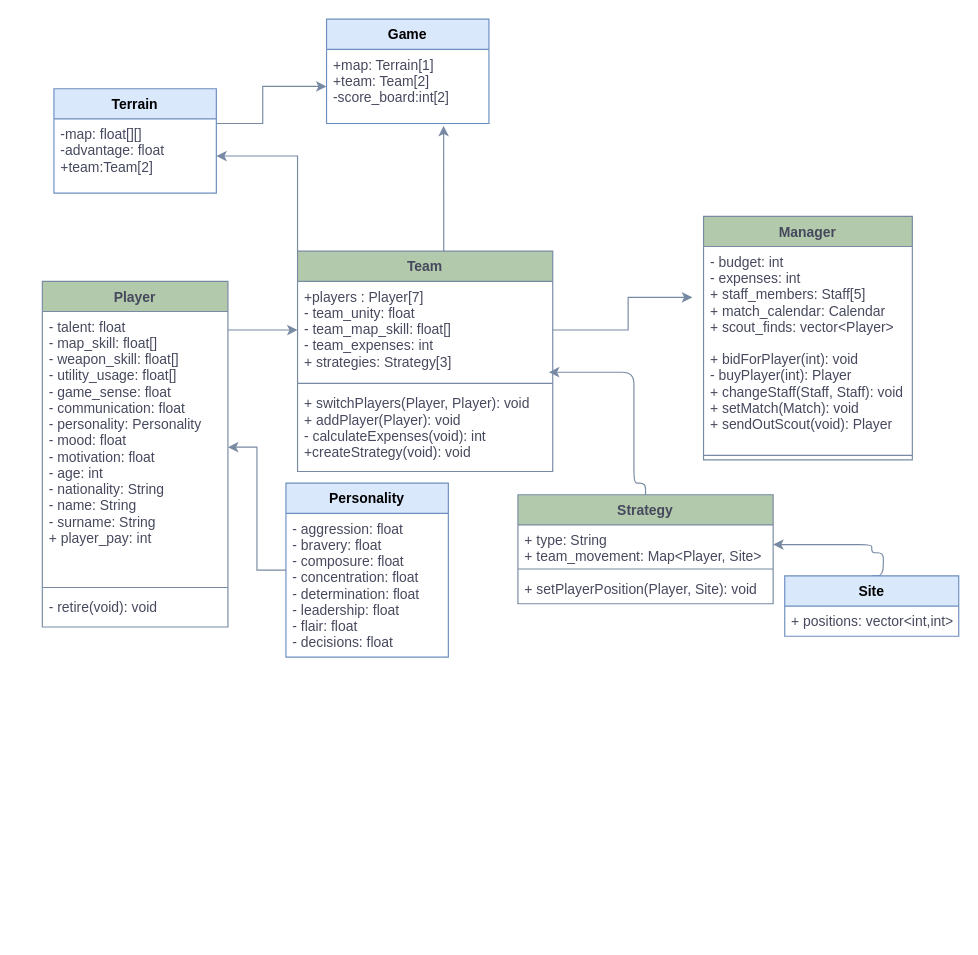
Earlier version of the draw.io diagram fps_manager_uml.drawio (damiapp/FPS_Manager). Source tidied: cells renumbered, new cells numbered last; positions are measured from the earlier drawing's top-left corner, leaving out a move shared by most shapes. Both pictures are drawn from the tidied source at 116%, with x=0, y=0 at pixel (42, 19).
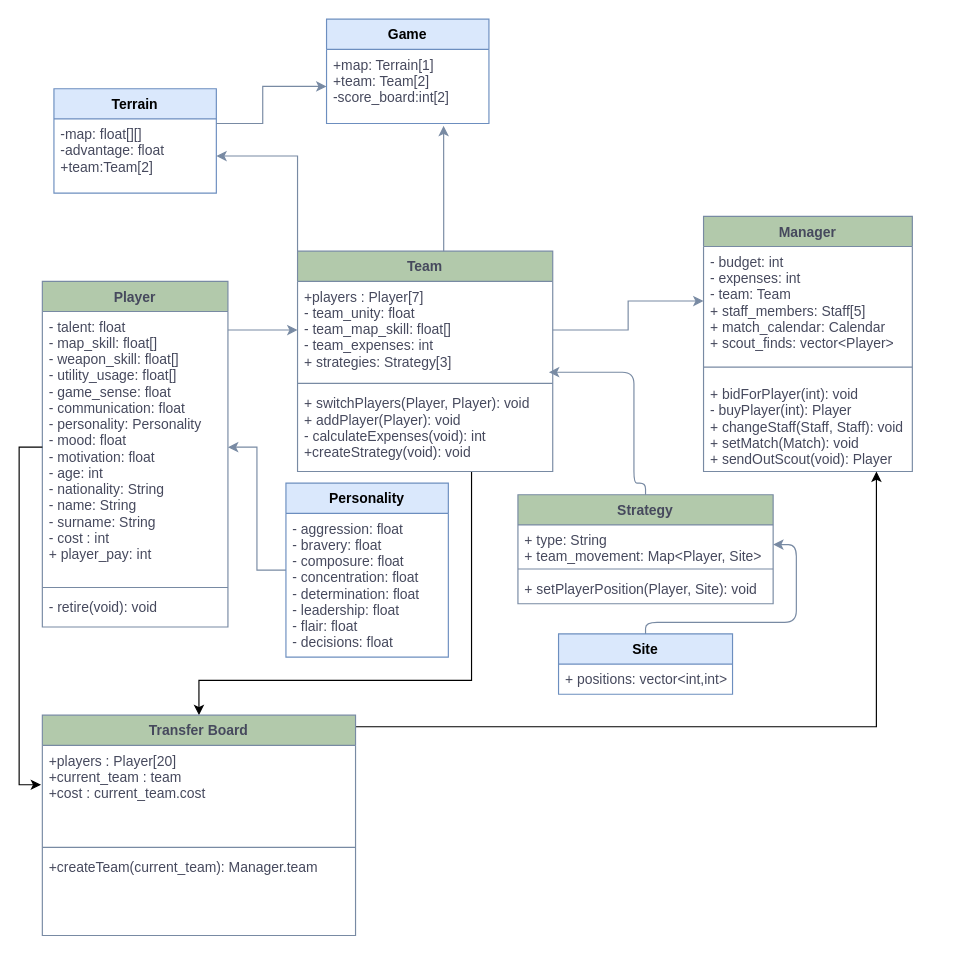
The same diagram, later.

The change refers to these unchanged cells:
```xml
<mxCell id="2" value="Team" style="swimlane;fontStyle=1;align=center;verticalAlign=top;horizontal=1;startSize=26;fillColor=#B2C9AB;strokeColor=#788AA3;fontColor=#46495D;" parent="1" vertex="1">
  <mxGeometry x="220" y="200" width="220" height="190" as="geometry" />
</mxCell>
<mxCell id="3" value="+players : Player[7]&#10;- team_unity: float&#10;- team_map_skill: float[]&#10;- team_expenses: int&#10;+ strategies: Strategy[3]&#10;" style="text;strokeColor=none;fillColor=none;align=left;verticalAlign=top;spacingLeft=4;spacingRight=4;overflow=hidden;points=[[0,0.5],[1,0.5]];portConstraint=eastwest;fontColor=#46495D;" parent="2" vertex="1">
  <mxGeometry y="26" width="220" height="84" as="geometry" />
</mxCell>
<mxCell id="7" value="Player" style="swimlane;fontStyle=1;align=center;verticalAlign=top;horizontal=1;startSize=26;fillColor=#B2C9AB;strokeColor=#788AA3;fontColor=#46495D;" parent="1" vertex="1">
  <mxGeometry y="226" width="160" height="298" as="geometry" />
</mxCell>
<mxCell id="20" value="+ type: String&#10;+ team_movement: Map&lt;Player, Site&gt;" style="text;strokeColor=none;fillColor=none;align=left;verticalAlign=top;spacingLeft=4;spacingRight=4;overflow=hidden;points=[[0,0.5],[1,0.5]];portConstraint=eastwest;fontColor=#46495D;" parent="19" vertex="1">
  <mxGeometry y="26" width="220" height="34" as="geometry" />
</mxCell>
```

Diff of the diagram source:
```diff
@@
+    <mxCell id="34" style="edgeStyle=orthogonalEdgeStyle;rounded=0;jettySize=auto;html=1;" parent="1" edge="1" source="2" target="36">
+      <mxGeometry relative="1" as="geometry">
+        <Array as="points">
+          <mxPoint x="370" y="570" />
+          <mxPoint x="135" y="570" />
+        </Array>
+      </mxGeometry>
+    </mxCell>
@@
-    <mxCell id="8" value="- talent: float&#10;- map_skill: float[]&#10;- weapon_skill: float[]&#10;- utility_usage: float[]&#10;- game_sense: float&#10;- communication: float&#10;- personality: Personality  &#10;- mood: float&#10;- motivation: float&#10;- age: int&#10;- nationality: String&#10;- name: String&#10;- surname: String&#10;+ player_pay: int" style="text;strokeColor=none;fillColor=none;align=left;verticalAlign=top;spacingLeft=4;spacingRight=4;overflow=hidden;points=[[0,0.5],[1,0.5]];portConstraint=eastwest;fontColor=#46495D;" parent="7" vertex="1">
+    <mxCell id="8" value="- talent: float&#10;- map_skill: float[]&#10;- weapon_skill: float[]&#10;- utility_usage: float[]&#10;- game_sense: float&#10;- communication: float&#10;- personality: Personality  &#10;- mood: float&#10;- motivation: float&#10;- age: int&#10;- nationality: String&#10;- name: String&#10;- surname: String&#10;- cost : int&#10;+ player_pay: int" style="text;strokeColor=none;fillColor=none;align=left;verticalAlign=top;spacingLeft=4;spacingRight=4;overflow=hidden;points=[[0,0.5],[1,0.5]];portConstraint=eastwest;fontColor=#46495D;" parent="7" vertex="1">
       <mxGeometry y="26" width="160" height="234" as="geometry" />
     </mxCell>
@@
     <mxCell id="14" value="Manager" style="swimlane;fontStyle=1;align=center;verticalAlign=top;horizontal=1;startSize=26;fillColor=#B2C9AB;strokeColor=#788AA3;fontColor=#46495D;" parent="1" vertex="1">
-      <mxGeometry x="570" y="170" width="180" height="210" as="geometry" />
+      <mxGeometry x="570" y="170" width="180" height="220" as="geometry" />
     </mxCell>
-    <mxCell id="15" value="- budget: int&#10;- expenses: int&#10;+ staff_members: Staff[5]&#10;+ match_calendar: Calendar&#10;+ scout_finds: vector&lt;Player&gt;" style="text;strokeColor=none;fillColor=none;align=left;verticalAlign=top;spacingLeft=4;spacingRight=4;overflow=hidden;points=[[0,0.5],[1,0.5]];portConstraint=eastwest;fontColor=#46495D;" parent="14" vertex="1">
-      <mxGeometry y="26" width="180" height="84" as="geometry" />
+    <mxCell id="15" value="- budget: int&#10;- expenses: int&#10;- team: Team&#10;+ staff_members: Staff[5]&#10;+ match_calendar: Calendar&#10;+ scout_finds: vector&lt;Player&gt;" style="text;strokeColor=none;fillColor=none;align=left;verticalAlign=top;spacingLeft=4;spacingRight=4;overflow=hidden;points=[[0,0.5],[1,0.5]];portConstraint=eastwest;fontColor=#46495D;" parent="14" vertex="1">
+      <mxGeometry y="26" width="180" height="94" as="geometry" />
     </mxCell>
+    <mxCell id="17" style="line;strokeWidth=1;fillColor=none;align=left;verticalAlign=middle;spacingTop=-1;spacingLeft=3;spacingRight=3;labelPosition=right;strokeColor=#788AA3;fontColor=#46495D;" parent="14" vertex="1">
+      <mxGeometry y="120" width="180" height="20" as="geometry" />
+    </mxCell>
     <mxCell id="16" value="+ bidForPlayer(int): void&#10;- buyPlayer(int): Player&#10;+ changeStaff(Staff, Staff): void&#10;+ setMatch(Match): void&#10;+ sendOutScout(void): Player" style="text;strokeColor=none;fillColor=none;align=left;verticalAlign=top;spacingLeft=4;spacingRight=4;overflow=hidden;points=[[0,0.5],[1,0.5]];portConstraint=eastwest;fontColor=#46495D;" parent="14" vertex="1">
-      <mxGeometry y="110" width="180" height="92" as="geometry" />
+      <mxGeometry y="140" width="180" height="80" as="geometry" />
     </mxCell>
-    <mxCell id="17" style="line;strokeWidth=1;fillColor=none;align=left;verticalAlign=middle;spacingTop=-1;spacingLeft=3;spacingRight=3;labelPosition=right;strokeColor=#788AA3;fontColor=#46495D;" parent="14" vertex="1">
-      <mxGeometry y="202" width="180" height="8" as="geometry" />
-    </mxCell>
-    <mxCell id="18" style="edgeStyle=orthogonalEdgeStyle;rounded=0;jettySize=auto;html=1;entryX=-0.054;entryY=0.522;entryDx=0;entryDy=0;entryPerimeter=0;strokeColor=#788AA3;fontColor=#46495D;" parent="1" edge="1" source="3" target="15">
+    <mxCell id="18" style="edgeStyle=orthogonalEdgeStyle;rounded=0;jettySize=auto;html=1;entryX=0;entryY=0.5;entryDx=0;entryDy=0;strokeColor=#788AA3;fontColor=#46495D;" parent="1" edge="1" source="3" target="15">
       <mxGeometry relative="1" as="geometry" />
     </mxCell>
@@
     <mxCell id="24" style="edgeStyle=orthogonalEdgeStyle;curved=0;rounded=1;sketch=0;jettySize=auto;html=1;entryX=1;entryY=0.5;entryDx=0;entryDy=0;strokeColor=#788AA3;fillColor=#B2C9AB;fontColor=#46495D;exitX=0.5;exitY=0;exitDx=0;exitDy=0;" parent="1" edge="1" source="25" target="20">
       <mxGeometry relative="1" as="geometry">
         <Array as="points">
-          <mxPoint x="725" y="480" />
-          <mxPoint x="725" y="460" />
-          <mxPoint x="715" y="460" />
-          <mxPoint x="715" y="453" />
+          <mxPoint x="520" y="520" />
+          <mxPoint x="650" y="520" />
+          <mxPoint x="650" y="453" />
         </Array>
       </mxGeometry>
     </mxCell>
     <mxCell id="25" value="Site" style="swimlane;fontStyle=1;horizontal=1;startSize=26;fillColor=#dae8fc;rounded=0;sketch=0;strokeColor=#6c8ebf;" parent="1" vertex="1">
-      <mxGeometry x="640" y="480" width="150" height="52" as="geometry" />
+      <mxGeometry x="445" y="530" width="150" height="52" as="geometry" />
     </mxCell>
@@
+    <mxCell id="35" style="edgeStyle=orthogonalEdgeStyle;rounded=0;jettySize=auto;html=1;entryX=0.828;entryY=1;entryDx=0;entryDy=0;entryPerimeter=0;" parent="1" edge="1" source="36" target="16">
+      <mxGeometry relative="1" as="geometry">
+        <Array as="points">
+          <mxPoint x="719" y="610" />
+        </Array>
+      </mxGeometry>
+    </mxCell>
+    <mxCell id="36" value="Transfer Board" style="swimlane;fontStyle=1;align=center;verticalAlign=top;horizontal=1;startSize=26;fillColor=#B2C9AB;strokeColor=#788AA3;fontColor=#46495D;" parent="1" vertex="1">
+      <mxGeometry y="600" width="270" height="190" as="geometry" />
+    </mxCell>
+    <mxCell id="37" value="+players : Player[20]&#10;+current_team : team&#10;+cost : current_team.cost&#10;" style="text;strokeColor=none;fillColor=none;align=left;verticalAlign=top;spacingLeft=4;spacingRight=4;overflow=hidden;points=[[0,0.5],[1,0.5]];portConstraint=eastwest;fontColor=#46495D;" parent="36" vertex="1">
+      <mxGeometry y="26" width="270" height="84" as="geometry" />
+    </mxCell>
+    <mxCell id="38" style="line;strokeWidth=1;fillColor=none;align=left;verticalAlign=middle;spacingTop=-1;spacingLeft=3;spacingRight=3;labelPosition=right;strokeColor=#788AA3;fontColor=#46495D;" parent="36" vertex="1">
+      <mxGeometry y="110" width="270" height="8" as="geometry" />
+    </mxCell>
+    <mxCell id="39" value="+createTeam(current_team): Manager.team" style="text;strokeColor=none;fillColor=none;align=left;verticalAlign=top;spacingLeft=4;spacingRight=4;overflow=hidden;fontColor=#46495D;" parent="36" vertex="1">
+      <mxGeometry y="118" width="270" height="72" as="geometry" />
+    </mxCell>
+    <mxCell id="40" style="edgeStyle=orthogonalEdgeStyle;rounded=0;jettySize=auto;html=1;entryX=-0.004;entryY=0.405;entryDx=0;entryDy=0;entryPerimeter=0;" parent="1" edge="1" source="8" target="37">
+      <mxGeometry relative="1" as="geometry">
+        <Array as="points">
+          <mxPoint x="-20" y="369" />
+          <mxPoint x="-20" y="660" />
+        </Array>
+      </mxGeometry>
+    </mxCell>
```
